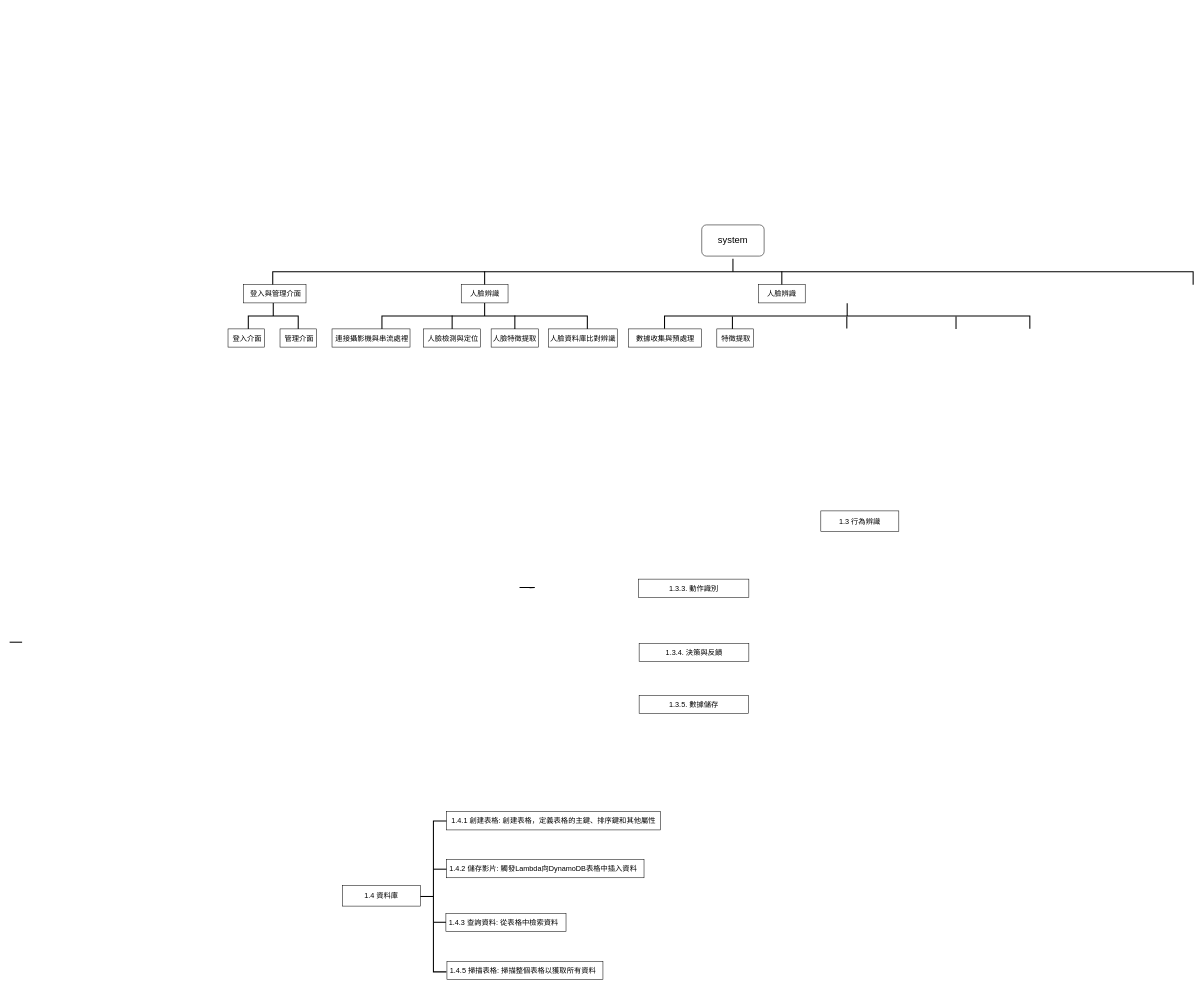
Before: diagram/未命名绘图.drawio in sen2003/aws_faceDetect_project, a draw.io diagram. Source tidied: cells renumbered, new cells numbered last; positions are measured from the earlier drawing's top-left corner, leaving out a move shared by most shapes. Both pictures are drawn from the tidied source at 52%, with x=0, y=0 at pixel (9, -189).
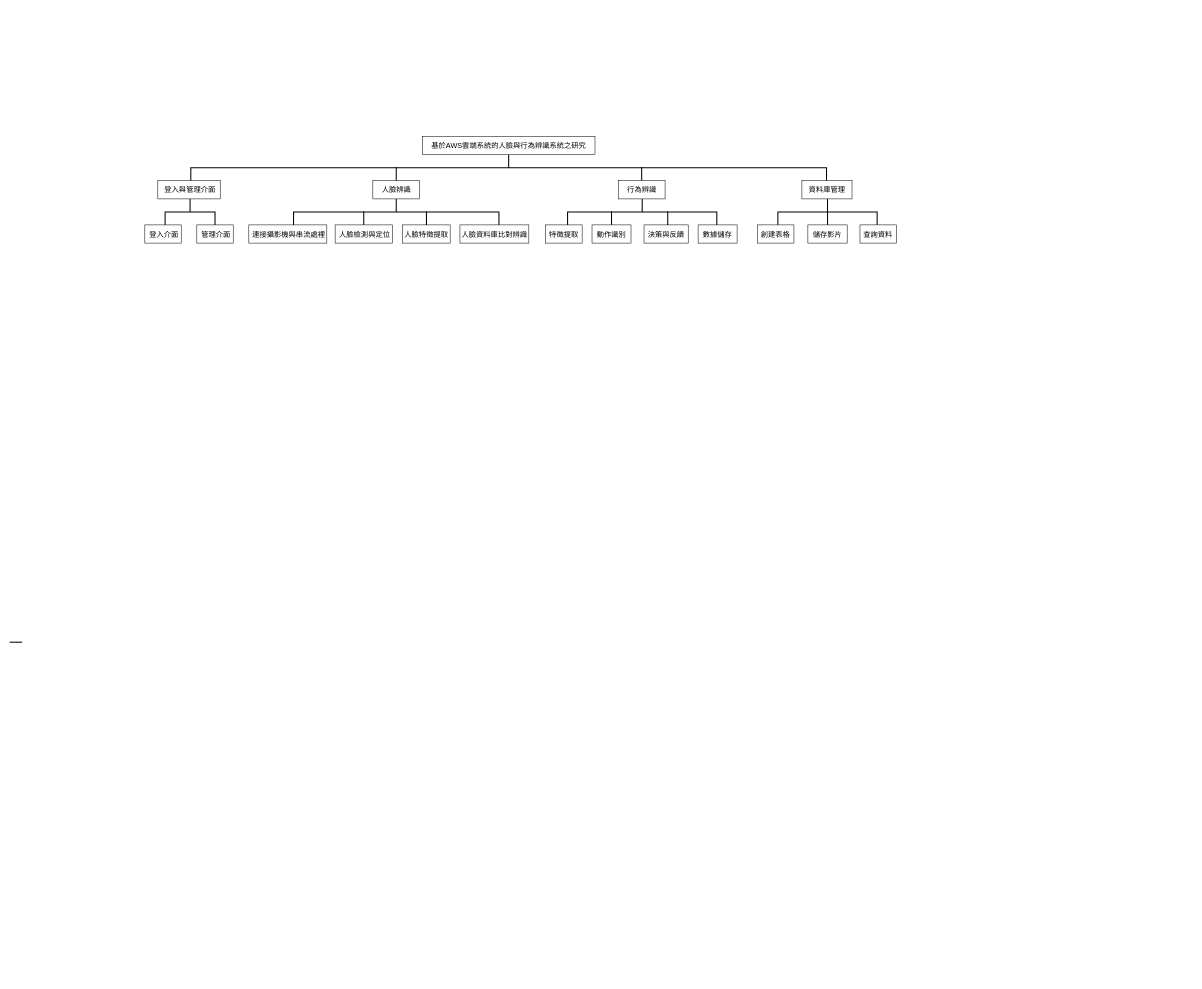
After the change.

Commit message (it also covers changes not shown here):
更新未命名绘图.drawio

Diff of the diagram source:
```diff
@@
     <mxCell id="2" style="group;strokeWidth=2;" parent="1" vertex="1">
-      <mxGeometry x="640" y="580" width="1500.6" height="1200" as="geometry" />
+      <mxGeometry x="470" y="380" width="1500.6" height="1200" as="geometry" />
     </mxCell>
-    <mxCell id="3" value="&lt;font style=&quot;font-size: 18px;&quot;&gt;system&lt;/font&gt;" style="rounded=1;whiteSpace=wrap;html=1;" parent="2" vertex="1">
-      <mxGeometry x="691" y="215" width="120" height="60" as="geometry" />
-    </mxCell>
+    <mxCell id="48" style="group;" parent="2" vertex="1">
+      <mxGeometry x="-121.5" y="245" width="1367" height="353.5" as="geometry" />
+    </mxCell>
-    <mxCell id="4" style="strokeWidth=2;html=1;shape=mxgraph.flowchart.annotation_2;align=left;labelPosition=right;rotation=90;perimeterSpacing=0;flipV=0;flipH=1;direction=west;" parent="2" vertex="1">
-      <mxGeometry x="726" y="-580" width="50" height="1770" as="geometry" />
+    <mxCell id="4" style="strokeWidth=2;html=1;shape=mxgraph.flowchart.annotation_2;align=left;labelPosition=right;rotation=90;perimeterSpacing=0;flipV=0;flipH=1;direction=west;" parent="48" vertex="1">
+      <mxGeometry x="586.2" y="-551.2" width="50" height="1222.5" as="geometry" />
     </mxCell>
-    <mxCell id="5" style="group;" parent="2" vertex="1">
-      <mxGeometry x="-20" y="304" width="548.5" height="146" as="geometry" />
+    <mxCell id="5" style="group;" parent="48" vertex="1">
+      <mxGeometry x="101.5" y="59" width="548.5" height="146" as="geometry" />
     </mxCell>
@@
     <mxCell id="9" value="&lt;div style=&quot;font-size: 14px;&quot;&gt;&lt;font style=&quot;font-size: 14px;&quot;&gt;&amp;nbsp;連接攝影機與串流處裡&lt;/font&gt;&lt;/div&gt;" style="rounded=0;whiteSpace=wrap;html=1;align=center;" parent="5" vertex="1">
-      <mxGeometry y="111" width="150" height="35" as="geometry" />
+      <mxGeometry x="10" y="111" width="150" height="35" as="geometry" />
     </mxCell>
@@
-    <mxCell id="17" style="group;" parent="2" vertex="1">
-      <mxGeometry x="370" y="670" width="1130.6" height="485" as="geometry" />
-    </mxCell>
-    <mxCell id="18" style="edgeStyle=orthogonalEdgeStyle;rounded=0;orthogonalLoop=1;jettySize=auto;html=1;strokeWidth=2;endArrow=none;endFill=0;" parent="17" edge="1">
-      <mxGeometry relative="1" as="geometry">
-        <mxPoint x="-29.4" y="242.5" as="sourcePoint" />
-        <mxPoint x="-10" y="242.6" as="targetPoint" />
-        <Array as="points">
-          <mxPoint y="242.6" />
-        </Array>
-      </mxGeometry>
-    </mxCell>
-    <mxCell id="19" value="&lt;div style=&quot;font-size: 14px;&quot;&gt;1.3.3. 動作識別&lt;/div&gt;" style="rounded=0;whiteSpace=wrap;html=1;align=center;" parent="17" vertex="1">
-      <mxGeometry x="199.6" y="226.2" width="212" height="35" as="geometry" />
-    </mxCell>
-    <mxCell id="20" value="&lt;div style=&quot;font-size: 14px;&quot;&gt;1.3.4. 決策與反饋&lt;/div&gt;" style="rounded=0;whiteSpace=wrap;html=1;" parent="17" vertex="1">
-      <mxGeometry x="200.6" y="350" width="211" height="35" as="geometry" />
-    </mxCell>
-    <mxCell id="21" value="&lt;font style=&quot;font-size: 14px;&quot;&gt;1.3.5. 數據儲存&lt;/font&gt;" style="rounded=0;whiteSpace=wrap;html=1;align=center;" parent="17" vertex="1">
-      <mxGeometry x="200.6" y="450" width="210" height="35" as="geometry" />
-    </mxCell>
-    <mxCell id="22" value="&lt;font style=&quot;font-size: 14px;&quot;&gt;1.3 行為辨識&lt;/font&gt;" style="rounded=0;whiteSpace=wrap;html=1;" parent="17" vertex="1">
-      <mxGeometry x="550" y="95" width="150" height="40" as="geometry" />
-    </mxCell>
+    <mxCell id="25" style="group;rotation=90;" parent="48" vertex="1">
+      <mxGeometry x="931.5" y="-82" width="293.4" height="577.5" as="geometry" />
+    </mxCell>
+    <mxCell id="49" style="group;" parent="25" vertex="1">
+      <mxGeometry x="-250" y="141" width="371" height="146" as="geometry" />
+    </mxCell>
-    <mxCell id="23" style="line;strokeWidth=2;direction=south;html=1;perimeter=backbonePerimeter;" parent="2" vertex="1">
-      <mxGeometry x="840" y="304" width="10" height="26" as="geometry" />
+    <mxCell id="23" style="line;strokeWidth=2;direction=south;html=1;perimeter=backbonePerimeter;" parent="49" vertex="1">
+      <mxGeometry x="180.5" width="10" height="26" as="geometry" />
     </mxCell>
-    <mxCell id="24" value="&lt;font style=&quot;font-size: 14px;&quot;&gt;人臉辨識&lt;/font&gt;" style="rounded=0;whiteSpace=wrap;html=1;" parent="2" vertex="1">
-      <mxGeometry x="800" y="330" width="90" height="35" as="geometry" />
+    <mxCell id="24" value="&lt;font style=&quot;font-size: 14px;&quot;&gt;行為辨識&lt;/font&gt;" style="rounded=0;whiteSpace=wrap;html=1;" parent="49" vertex="1">
+      <mxGeometry x="140.5" y="26" width="90" height="35" as="geometry" />
     </mxCell>
-    <mxCell id="25" style="group;rotation=90;" parent="2" vertex="1">
-      <mxGeometry x="821" y="164" width="174.4" height="577.5" as="geometry" />
-    </mxCell>
-    <mxCell id="26" style="strokeWidth=2;html=1;shape=mxgraph.flowchart.annotation_2;align=left;labelPosition=right;rotation=90;" parent="25" vertex="1">
-      <mxGeometry x="125" y="-125" width="49.4" height="702.5" as="geometry" />
-    </mxCell>
-    <mxCell id="27" style="endArrow=none;html=1;rounded=0;entryX=0.991;entryY=0.296;entryDx=0;entryDy=0;entryPerimeter=0;strokeWidth=2;" parent="25" edge="1">
-      <mxGeometry relative="1" as="geometry">
-        <mxPoint x="359" y="227" as="sourcePoint" />
-        <mxPoint x="359" y="251" as="targetPoint" />
-      </mxGeometry>
-    </mxCell>
-    <mxCell id="28" style="endArrow=none;html=1;rounded=0;entryX=0.991;entryY=0.296;entryDx=0;entryDy=0;entryPerimeter=0;strokeWidth=2;" parent="25" edge="1">
-      <mxGeometry relative="1" as="geometry">
-        <mxPoint x="149" y="227" as="sourcePoint" />
-        <mxPoint x="149" y="250" as="targetPoint" />
-      </mxGeometry>
-    </mxCell>
-    <mxCell id="29" style="endArrow=none;html=1;rounded=0;entryX=0.991;entryY=0.296;entryDx=0;entryDy=0;entryPerimeter=0;strokeWidth=2;" parent="25" edge="1">
-      <mxGeometry relative="1" as="geometry">
-        <mxPoint x="-71" y="227" as="sourcePoint" />
-        <mxPoint x="-71" y="251" as="targetPoint" />
-      </mxGeometry>
-    </mxCell>
+    <mxCell id="50" style="strokeWidth=2;html=1;shape=mxgraph.flowchart.annotation_2;align=left;labelPosition=right;direction=south;" parent="49" vertex="1">
+      <mxGeometry x="43" y="61" width="287" height="50" as="geometry" />
+    </mxCell>
-    <mxCell id="30" value="&lt;font style=&quot;font-size: 14px;&quot;&gt;&amp;nbsp;特徵提取&lt;/font&gt;" style="rounded=0;whiteSpace=wrap;html=1;align=center;" parent="25" vertex="1">
-      <mxGeometry x="-101" y="251" width="70.4" height="35" as="geometry" />
+    <mxCell id="30" value="&lt;div style=&quot;font-size: 14px;&quot;&gt;&lt;font style=&quot;font-size: 14px;&quot;&gt;特徵提取&lt;/font&gt;&lt;/div&gt;" style="rounded=0;whiteSpace=wrap;html=1;align=center;" parent="49" vertex="1">
+      <mxGeometry x="1" y="111" width="70" height="35" as="geometry" />
     </mxCell>
-    <mxCell id="31" value="&lt;font style=&quot;font-size: 14px;&quot;&gt;數據收集與預處理&lt;/font&gt;" style="rounded=0;whiteSpace=wrap;html=1;" parent="2" vertex="1">
-      <mxGeometry x="550.6" y="415" width="140.4" height="35" as="geometry" />
-    </mxCell>
-    <mxCell id="32" value="&lt;font style=&quot;font-size: 14px;&quot;&gt;1.4&amp;nbsp;&lt;span style=&quot;background-color: initial;&quot;&gt;資料庫&lt;/span&gt;&lt;/font&gt;&lt;span style=&quot;background-color: initial;&quot;&gt;&lt;/span&gt;" style="rounded=0;whiteSpace=wrap;html=1;" parent="1" vertex="1">
-      <mxGeometry x="640" y="2065" width="150" height="40" as="geometry" />
-    </mxCell>
-    <mxCell id="33" value="&lt;font style=&quot;font-size: 14px;&quot;&gt;&amp;nbsp;1.4.2 儲存影片: 觸發Lambda向DynamoDB表格中插入資料&lt;/font&gt;" style="rounded=0;whiteSpace=wrap;html=1;align=left;" parent="1" vertex="1">
-      <mxGeometry x="840" y="2015.5" width="380" height="35" as="geometry" />
-    </mxCell>
-    <mxCell id="34" value="&lt;div style=&quot;&quot;&gt;&lt;span style=&quot;font-size: 14px; background-color: initial;&quot;&gt;&amp;nbsp; 1.4.1 創建表格: 創建表格，定義表格的主鍵、排序鍵和其他屬性&lt;/span&gt;&lt;/div&gt;&lt;span id=&quot;docs-internal-guid-ab34a807-7fff-c0c9-5e97-c4adc451ce34&quot;&gt;&lt;/span&gt;" style="rounded=0;whiteSpace=wrap;html=1;align=left;" parent="1" vertex="1">
-      <mxGeometry x="840" y="1923.5" width="412" height="35" as="geometry" />
-    </mxCell>
-    <mxCell id="35" style="strokeWidth=2;html=1;shape=mxgraph.flowchart.annotation_2;align=left;labelPosition=right;" parent="1" vertex="1">
-      <mxGeometry x="790" y="1941.5" width="50" height="290" as="geometry" />
-    </mxCell>
-    <mxCell id="36" style="endArrow=none;html=1;rounded=0;entryX=0.991;entryY=0.296;entryDx=0;entryDy=0;entryPerimeter=0;strokeWidth=2;" parent="1" edge="1">
-      <mxGeometry relative="1" as="geometry">
-        <mxPoint x="815" y="2034" as="sourcePoint" />
-        <mxPoint x="840" y="2034" as="targetPoint" />
-      </mxGeometry>
-    </mxCell>
-    <mxCell id="37" style="group;" parent="1" vertex="1">
-      <mxGeometry x="816" y="2119" width="254" height="35" as="geometry" />
-    </mxCell>
-    <mxCell id="38" style="endArrow=none;html=1;rounded=0;entryX=0.991;entryY=0.296;entryDx=0;entryDy=0;entryPerimeter=0;strokeWidth=2;" parent="37" edge="1">
-      <mxGeometry relative="1" as="geometry">
-        <mxPoint y="17.1" as="sourcePoint" />
-        <mxPoint x="24" y="17.1" as="targetPoint" />
-      </mxGeometry>
-    </mxCell>
-    <mxCell id="39" value="&lt;font style=&quot;font-size: 14px;&quot;&gt;&amp;nbsp;1.4.3 查詢資料: 從表格中檢索資料&lt;/font&gt;" style="rounded=0;whiteSpace=wrap;html=1;align=left;" parent="37" vertex="1">
-      <mxGeometry x="23" width="231" height="35" as="geometry" />
-    </mxCell>
-    <mxCell id="40" style="group;" parent="1" vertex="1">
-      <mxGeometry x="816" y="2211.5" width="326" height="35" as="geometry" />
-    </mxCell>
-    <mxCell id="41" value="&lt;font style=&quot;font-size: 14px;&quot;&gt;&amp;nbsp;1.4.5 掃描表格: 掃描整個表格以獲取所有資料&lt;/font&gt;" style="rounded=0;whiteSpace=wrap;html=1;align=left;" parent="40" vertex="1">
-      <mxGeometry x="25" width="300" height="35" as="geometry" />
-    </mxCell>
+    <mxCell id="51" value="&lt;div style=&quot;font-size: 14px;&quot;&gt;&lt;font style=&quot;font-size: 14px;&quot;&gt;數據儲存&lt;/font&gt;&lt;/div&gt;" style="rounded=0;whiteSpace=wrap;html=1;" parent="49" vertex="1">
+      <mxGeometry x="294" y="111" width="75" height="35" as="geometry" />
+    </mxCell>
+    <mxCell id="52" style="line;strokeWidth=2;direction=south;html=1;perimeter=backbonePerimeter;" parent="49" vertex="1">
+      <mxGeometry x="122.5" y="85" width="10" height="26" as="geometry" />
+    </mxCell>
+    <mxCell id="53" value="&lt;div&gt;&lt;font style=&quot;font-size: 14px;&quot;&gt;動作識別&lt;/font&gt;&lt;/div&gt;" style="rounded=0;whiteSpace=wrap;html=1;align=center;" parent="49" vertex="1">
+      <mxGeometry x="90" y="111" width="75" height="35" as="geometry" />
+    </mxCell>
+    <mxCell id="54" value="&lt;div style=&quot;font-size: 14px;&quot;&gt;&lt;font style=&quot;font-size: 14px;&quot;&gt;決策與反饋&lt;/font&gt;&lt;/div&gt;" style="rounded=0;whiteSpace=wrap;html=1;" parent="49" vertex="1">
+      <mxGeometry x="190" y="111" width="85" height="35" as="geometry" />
+    </mxCell>
+    <mxCell id="55" style="line;strokeWidth=2;direction=south;html=1;perimeter=backbonePerimeter;" parent="49" vertex="1">
+      <mxGeometry x="230.6" y="85" width="10" height="26" as="geometry" />
+    </mxCell>
+    <mxCell id="56" value="&lt;font style=&quot;font-size: 14px;&quot;&gt;基於AWS雲端系統的人臉與行為辨識系統之研究&lt;/font&gt;" style="rounded=0;whiteSpace=wrap;html=1;" parent="48" vertex="1">
+      <mxGeometry x="445.2" width="332" height="35" as="geometry" />
+    </mxCell>
@@
     <mxCell id="43" style="group;" parent="1" vertex="1">
-      <mxGeometry x="405" y="910" width="210" height="120" as="geometry" />
+      <mxGeometry x="230" y="710" width="210" height="120" as="geometry" />
     </mxCell>
+    <mxCell id="57" style="group;" parent="43" vertex="1">
+      <mxGeometry x="30" width="170" height="120" as="geometry" />
+    </mxCell>
-    <mxCell id="44" value="&lt;font style=&quot;font-size: 14px;&quot;&gt;&amp;nbsp;登入與管理介面&lt;/font&gt;" style="rounded=0;whiteSpace=wrap;html=1;" parent="43" vertex="1">
-      <mxGeometry x="45" width="120" height="35" as="geometry" />
+    <mxCell id="44" value="&lt;font style=&quot;font-size: 14px;&quot;&gt;&amp;nbsp;登入與管理介面&lt;/font&gt;" style="rounded=0;whiteSpace=wrap;html=1;" parent="57" vertex="1">
+      <mxGeometry x="25" width="120" height="35" as="geometry" />
     </mxCell>
-    <mxCell id="45" style="strokeWidth=2;html=1;shape=mxgraph.flowchart.annotation_2;align=left;labelPosition=right;direction=south;" parent="43" vertex="1">
-      <mxGeometry x="54" y="35" width="96" height="50" as="geometry" />
+    <mxCell id="45" style="strokeWidth=2;html=1;shape=mxgraph.flowchart.annotation_2;align=left;labelPosition=right;direction=south;" parent="57" vertex="1">
+      <mxGeometry x="39" y="35" width="96" height="50" as="geometry" />
     </mxCell>
-    <mxCell id="46" value="&lt;font style=&quot;font-size: 14px;&quot;&gt;&amp;nbsp;登入介面&lt;/font&gt;" style="rounded=0;whiteSpace=wrap;html=1;" parent="43" vertex="1">
-      <mxGeometry x="15" y="85" width="70" height="35" as="geometry" />
+    <mxCell id="46" value="&lt;font style=&quot;font-size: 14px;&quot;&gt;&amp;nbsp;登入介面&lt;/font&gt;" style="rounded=0;whiteSpace=wrap;html=1;" parent="57" vertex="1">
+      <mxGeometry y="85" width="70" height="35" as="geometry" />
     </mxCell>
-    <mxCell id="47" value="&lt;font style=&quot;font-size: 14px;&quot;&gt;&amp;nbsp;管理介面&lt;/font&gt;" style="rounded=0;whiteSpace=wrap;html=1;align=center;" parent="43" vertex="1">
-      <mxGeometry x="115" y="85" width="70" height="35" as="geometry" />
+    <mxCell id="47" value="&lt;font style=&quot;font-size: 14px;&quot;&gt;&amp;nbsp;管理介面&lt;/font&gt;" style="rounded=0;whiteSpace=wrap;html=1;align=center;" parent="57" vertex="1">
+      <mxGeometry x="100" y="85" width="70" height="35" as="geometry" />
     </mxCell>
+    <mxCell id="58" style="group;" parent="1" vertex="1">
+      <mxGeometry x="1420" y="710" width="370" height="140" as="geometry" />
+    </mxCell>
+    <mxCell id="59" style="strokeWidth=2;html=1;shape=mxgraph.flowchart.annotation_2;align=left;labelPosition=right;direction=south;" parent="58" vertex="1">
+      <mxGeometry x="57.4" y="35" width="190.9" height="50" as="geometry" />
+    </mxCell>
+    <mxCell id="60" value="&lt;div style=&quot;font-size: 14px;&quot;&gt;創建表格&lt;/div&gt;" style="rounded=0;whiteSpace=wrap;html=1;align=center;" parent="58" vertex="1">
+      <mxGeometry x="18.3" y="85" width="70" height="35" as="geometry" />
+    </mxCell>
+    <mxCell id="61" style="group;" parent="58" vertex="1">
+      <mxGeometry x="115.1" y="59" width="75.6" height="61" as="geometry" />
+    </mxCell>
+    <mxCell id="62" style="line;strokeWidth=2;direction=south;html=1;perimeter=backbonePerimeter;" parent="61" vertex="1">
+      <mxGeometry x="34.4" width="6.9" height="26" as="geometry" />
+    </mxCell>
+    <mxCell id="63" value="&lt;div style=&quot;font-size: 14px;&quot;&gt;&lt;font style=&quot;font-size: 14px;&quot;&gt;查詢資料&lt;/font&gt;&lt;/div&gt;" style="rounded=0;whiteSpace=wrap;html=1;" parent="58" vertex="1">
+      <mxGeometry x="215.3" y="85" width="70" height="35" as="geometry" />
+    </mxCell>
+    <mxCell id="64" value="&lt;div&gt;&lt;font style=&quot;font-size: 14px;&quot;&gt;儲存影片&lt;/font&gt;&lt;/div&gt;" style="rounded=0;whiteSpace=wrap;html=1;align=center;" parent="58" vertex="1">
+      <mxGeometry x="115.1" y="85" width="75.6" height="35" as="geometry" />
+    </mxCell>
+    <mxCell id="65" value="&lt;font style=&quot;font-size: 14px;&quot;&gt;資料庫管理&lt;/font&gt;" style="rounded=0;whiteSpace=wrap;html=1;" parent="58" vertex="1">
+      <mxGeometry x="103.6" width="96.4" height="35" as="geometry" />
+    </mxCell>
```
